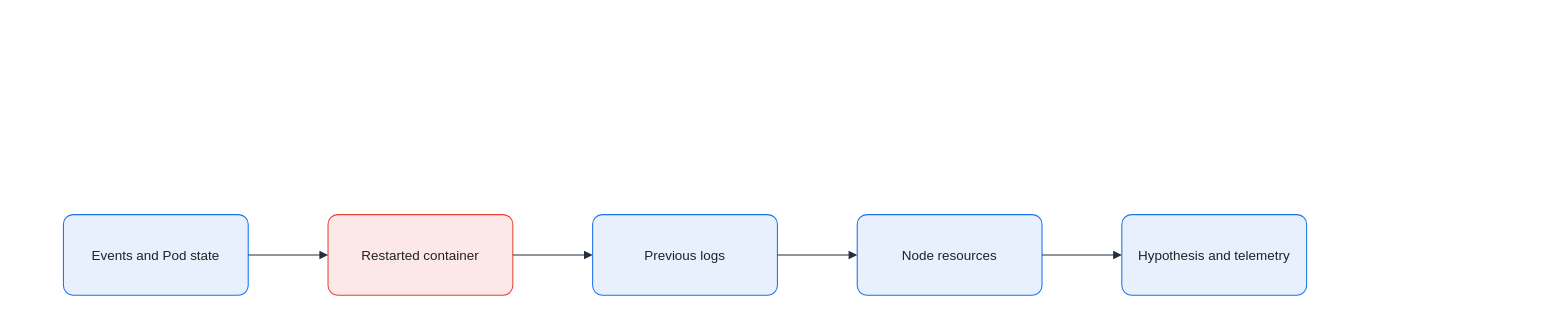
Earlier version of the draw.io diagram assets/img/observability/kubernetes-troubleshooting-flow.drawio (KKamJi98/kkamji98.github.io). Source tidied: cells renumbered, new cells numbered last; positions are measured from the earlier drawing's top-left corner, leaving out a move shared by most shapes. Both pictures are drawn from the tidied source at 84%, with x=0, y=0 at pixel (63, 214).
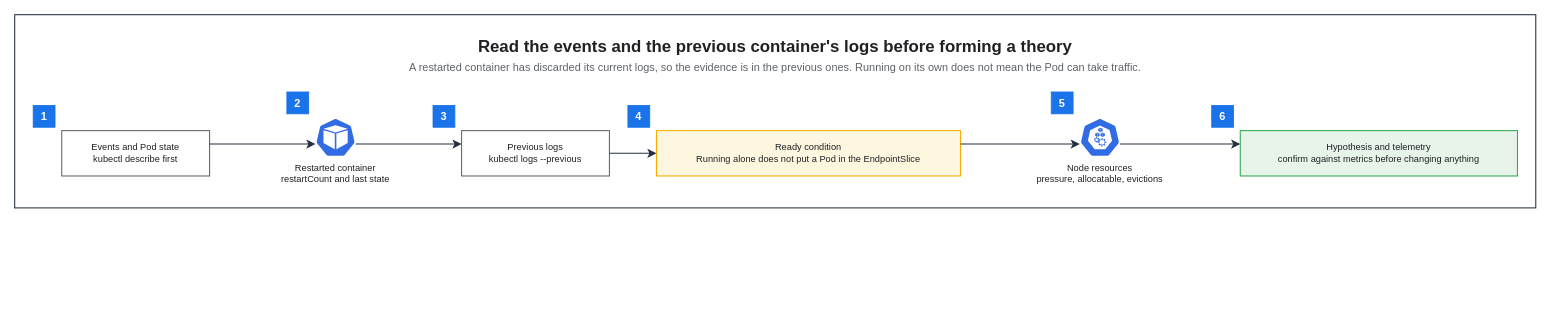
The same page after the edit.

The edit, as a diff of the source:
```diff
@@
-    <mxCell id="2" value="Events and Pod state" style="rounded=1;arcSize=12;whiteSpace=wrap;html=0;fillColor=#E8F0FE;strokeColor=#1A73E8;strokeWidth=1.25;fontColor=#202124;fontSize=16;align=center;verticalAlign=middle;spacing=8;shadow=0;" parent="1" vertex="1">
-      <mxGeometry width="220" height="96" as="geometry" />
-    </mxCell>
-    <mxCell id="3" value="Restarted container" style="rounded=1;arcSize=12;whiteSpace=wrap;html=0;fillColor=#FCE8E6;strokeColor=#EA4335;strokeWidth=1.25;fontColor=#202124;fontSize=16;align=center;verticalAlign=middle;spacing=8;shadow=0;" parent="1" vertex="1">
-      <mxGeometry x="315" width="220" height="96" as="geometry" />
-    </mxCell>
-    <mxCell id="4" value="Previous logs" style="rounded=1;arcSize=12;whiteSpace=wrap;html=0;fillColor=#E8F0FE;strokeColor=#1A73E8;strokeWidth=1.25;fontColor=#202124;fontSize=16;align=center;verticalAlign=middle;spacing=8;shadow=0;" parent="1" vertex="1">
-      <mxGeometry x="630" width="220" height="96" as="geometry" />
-    </mxCell>
-    <mxCell id="5" value="Node resources" style="rounded=1;arcSize=12;whiteSpace=wrap;html=0;fillColor=#E8F0FE;strokeColor=#1A73E8;strokeWidth=1.25;fontColor=#202124;fontSize=16;align=center;verticalAlign=middle;spacing=8;shadow=0;" parent="1" vertex="1">
-      <mxGeometry x="945" width="220" height="96" as="geometry" />
-    </mxCell>
-    <mxCell id="6" value="Hypothesis and telemetry" style="rounded=1;arcSize=12;whiteSpace=wrap;html=0;fillColor=#E8F0FE;strokeColor=#1A73E8;strokeWidth=1.25;fontColor=#202124;fontSize=16;align=center;verticalAlign=middle;spacing=8;shadow=0;" parent="1" vertex="1">
-      <mxGeometry x="1260" width="220" height="96" as="geometry" />
-    </mxCell>
-    <mxCell id="7" style="edgeStyle=orthogonalEdgeStyle;rounded=0;jettySize=auto;html=0;endArrow=block;endFill=1;strokeColor=#232F3E;strokeWidth=1.25;fontColor=#202124;labelBackgroundColor=none;exitX=1;exitY=0.5;exitDx=0;exitDy=0;entryX=0;entryY=0.5;entryDx=0;entryDy=0;endSize=7;" parent="1" edge="1" source="2" target="3">
-      <mxGeometry relative="1" as="geometry" />
-    </mxCell>
-    <mxCell id="8" style="edgeStyle=orthogonalEdgeStyle;rounded=0;jettySize=auto;html=0;endArrow=block;endFill=1;strokeColor=#232F3E;strokeWidth=1.25;fontColor=#202124;labelBackgroundColor=none;exitX=1;exitY=0.5;exitDx=0;exitDy=0;entryX=0;entryY=0.5;entryDx=0;entryDy=0;endSize=7;" parent="1" edge="1" source="3" target="4">
-      <mxGeometry relative="1" as="geometry" />
-    </mxCell>
-    <mxCell id="9" style="edgeStyle=orthogonalEdgeStyle;rounded=0;jettySize=auto;html=0;endArrow=block;endFill=1;strokeColor=#232F3E;strokeWidth=1.25;fontColor=#202124;labelBackgroundColor=none;exitX=1;exitY=0.5;exitDx=0;exitDy=0;entryX=0;entryY=0.5;entryDx=0;entryDy=0;endSize=7;" parent="1" edge="1" source="4" target="5">
-      <mxGeometry relative="1" as="geometry" />
-    </mxCell>
-    <mxCell id="10" style="edgeStyle=orthogonalEdgeStyle;rounded=0;jettySize=auto;html=0;endArrow=block;endFill=1;strokeColor=#232F3E;strokeWidth=1.25;fontColor=#202124;labelBackgroundColor=none;exitX=1;exitY=0.5;exitDx=0;exitDy=0;entryX=0;entryY=0.5;entryDx=0;entryDy=0;endSize=7;" parent="1" edge="1" source="5" target="6">
-      <mxGeometry relative="1" as="geometry" />
-    </mxCell>
+    <mxCell id="11" style="rounded=0;html=0;fillColor=none;strokeColor=#232F3E;fontColor=#202124;strokeWidth=1.25;" parent="1" vertex="1">
+      <mxGeometry x="-58" y="-238" width="1810.8" height="230" as="geometry" />
+    </mxCell>
+    <mxCell id="12" value="Read the events and the previous container's logs before forming a theory" style="text;html=0;whiteSpace=wrap;fillColor=none;strokeColor=none;fontColor=#202124;fontSize=20;fontStyle=1;align=center;verticalAlign=middle;" parent="1" vertex="1">
+      <mxGeometry x="-36" y="-216" width="1766.8" height="30" as="geometry" />
+    </mxCell>
+    <mxCell id="13" value="A restarted container has discarded its current logs, so the evidence is in the previous ones. Running on its own does not mean the Pod can take traffic." style="text;html=0;whiteSpace=wrap;fillColor=none;strokeColor=none;fontColor=#5F6368;fontSize=13;fontStyle=0;align=center;verticalAlign=middle;" parent="1" vertex="1">
+      <mxGeometry x="-36" y="-186" width="1766.8" height="22" as="geometry" />
+    </mxCell>
+    <mxCell id="14" value="Events and Pod state&#10;kubectl describe first" style="rounded=0;whiteSpace=wrap;html=0;fillColor=#FFFFFF;strokeColor=#5F6368;fontColor=#202124;fontSize=11;fontStyle=0;align=center;verticalAlign=middle;spacingLeft=6;spacingRight=6;strokeWidth=1.25;" parent="1" vertex="1">
+      <mxGeometry x="-2" y="-100" width="176" height="54" as="geometry" />
+    </mxCell>
+    <mxCell id="15" value="Restarted container&#10;restartCount and last state" style="sketch=0;outlineConnect=0;gradientColor=none;html=0;whiteSpace=nowrap;fontSize=11;fontStyle=0;fontColor=#202124;verticalLabelPosition=bottom;verticalAlign=top;align=center;labelBackgroundColor=none;fillColor=#326CE5;strokeColor=none;dashed=0;shape=mxgraph.kubernetes.icon;prIcon=pod;" parent="1" vertex="1">
+      <mxGeometry x="300" y="-116" width="48" height="48" as="geometry" />
+    </mxCell>
+    <mxCell id="16" value="Previous logs&#10;kubectl logs --previous" style="rounded=0;whiteSpace=wrap;html=0;fillColor=#FFFFFF;strokeColor=#5F6368;fontColor=#202124;fontSize=11;fontStyle=0;align=center;verticalAlign=middle;spacingLeft=6;spacingRight=6;strokeWidth=1.25;" parent="1" vertex="1">
+      <mxGeometry x="474" y="-100" width="176" height="54" as="geometry" />
+    </mxCell>
+    <mxCell id="17" value="Node resources&#10;pressure, allocatable, evictions" style="sketch=0;outlineConnect=0;gradientColor=none;html=0;whiteSpace=nowrap;fontSize=11;fontStyle=0;fontColor=#202124;verticalLabelPosition=bottom;verticalAlign=top;align=center;labelBackgroundColor=none;fillColor=#326CE5;strokeColor=none;dashed=0;shape=mxgraph.kubernetes.icon;prIcon=node;" parent="1" vertex="1">
+      <mxGeometry x="1210" y="-116" width="48" height="48" as="geometry" />
+    </mxCell>
+    <mxCell id="18" value="Hypothesis and telemetry&#10;confirm against metrics before changing anything" style="rounded=0;whiteSpace=wrap;html=0;fillColor=#E6F4EA;strokeColor=#34A853;fontColor=#202124;fontSize=11;fontStyle=0;align=center;verticalAlign=middle;spacingLeft=6;spacingRight=6;strokeWidth=1.25;" parent="1" vertex="1">
+      <mxGeometry x="1401" y="-100" width="330" height="54" as="geometry" />
+    </mxCell>
+    <mxCell id="19" value="Ready condition&#10;Running alone does not put a Pod in the EndpointSlice" style="rounded=0;whiteSpace=wrap;html=0;fillColor=#FEF7E0;strokeColor=#F9AB00;fontColor=#202124;fontSize=11;fontStyle=0;align=center;verticalAlign=middle;spacingLeft=6;spacingRight=6;strokeWidth=1.25;" parent="1" vertex="1">
+      <mxGeometry x="706" y="-100" width="362" height="54" as="geometry" />
+    </mxCell>
+    <mxCell id="20" value="1" style="rounded=0;whiteSpace=wrap;html=0;fillColor=#1A73E8;strokeColor=#1A73E8;fontColor=#FFFFFF;fontSize=13;fontStyle=1;align=center;verticalAlign=middle;" parent="1" vertex="1">
+      <mxGeometry x="-36" y="-130" width="26" height="26" as="geometry" />
+    </mxCell>
+    <mxCell id="21" value="2" style="rounded=0;whiteSpace=wrap;html=0;fillColor=#1A73E8;strokeColor=#1A73E8;fontColor=#FFFFFF;fontSize=13;fontStyle=1;align=center;verticalAlign=middle;" parent="1" vertex="1">
+      <mxGeometry x="266" y="-146" width="26" height="26" as="geometry" />
+    </mxCell>
+    <mxCell id="22" value="3" style="rounded=0;whiteSpace=wrap;html=0;fillColor=#1A73E8;strokeColor=#1A73E8;fontColor=#FFFFFF;fontSize=13;fontStyle=1;align=center;verticalAlign=middle;" parent="1" vertex="1">
+      <mxGeometry x="440" y="-130" width="26" height="26" as="geometry" />
+    </mxCell>
+    <mxCell id="23" value="5" style="rounded=0;whiteSpace=wrap;html=0;fillColor=#1A73E8;strokeColor=#1A73E8;fontColor=#FFFFFF;fontSize=13;fontStyle=1;align=center;verticalAlign=middle;" parent="1" vertex="1">
+      <mxGeometry x="1176" y="-146" width="26" height="26" as="geometry" />
+    </mxCell>
+    <mxCell id="24" value="6" style="rounded=0;whiteSpace=wrap;html=0;fillColor=#1A73E8;strokeColor=#1A73E8;fontColor=#FFFFFF;fontSize=13;fontStyle=1;align=center;verticalAlign=middle;" parent="1" vertex="1">
+      <mxGeometry x="1367" y="-130" width="26" height="26" as="geometry" />
+    </mxCell>
+    <mxCell id="25" value="4" style="rounded=0;whiteSpace=wrap;html=0;fillColor=#1A73E8;strokeColor=#1A73E8;fontColor=#FFFFFF;fontSize=13;fontStyle=1;align=center;verticalAlign=middle;" parent="1" vertex="1">
+      <mxGeometry x="672" y="-130" width="26" height="26" as="geometry" />
+    </mxCell>
+    <mxCell id="26" style="edgeStyle=orthogonalEdgeStyle;rounded=0;html=0;strokeColor=#232F3E;strokeWidth=1.25;endArrow=classic;endFill=1;endSize=7;fontSize=11;fontColor=#202124;labelBackgroundColor=none;jettySize=14;exitX=1;exitY=0.2963;entryX=0;entryY=0.6667;exitDx=0;exitDy=0;entryDx=0;entryDy=0;" parent="1" edge="1" source="14" target="15">
+      <mxGeometry relative="1" as="geometry" />
+    </mxCell>
+    <mxCell id="27" style="edgeStyle=orthogonalEdgeStyle;rounded=0;html=0;strokeColor=#232F3E;strokeWidth=1.25;endArrow=classic;endFill=1;endSize=7;fontSize=11;fontColor=#202124;labelBackgroundColor=none;jettySize=14;exitX=1;exitY=0.6667;entryX=0;entryY=0.2963;exitDx=0;exitDy=0;entryDx=0;entryDy=0;" parent="1" edge="1" source="15" target="16">
+      <mxGeometry relative="1" as="geometry" />
+    </mxCell>
+    <mxCell id="28" style="edgeStyle=orthogonalEdgeStyle;rounded=0;html=0;strokeColor=#232F3E;strokeWidth=1.25;endArrow=classic;endFill=1;endSize=7;fontSize=11;fontColor=#202124;labelBackgroundColor=none;jettySize=14;exitX=1;exitY=0.5;entryX=0;entryY=0.5;exitDx=0;exitDy=0;entryDx=0;entryDy=0;" parent="1" edge="1" source="16" target="19">
+      <mxGeometry relative="1" as="geometry" />
+    </mxCell>
+    <mxCell id="29" style="edgeStyle=orthogonalEdgeStyle;rounded=0;html=0;strokeColor=#232F3E;strokeWidth=1.25;endArrow=classic;endFill=1;endSize=7;fontSize=11;fontColor=#202124;labelBackgroundColor=none;jettySize=14;exitX=1;exitY=0.2963;entryX=0;entryY=0.6667;exitDx=0;exitDy=0;entryDx=0;entryDy=0;" parent="1" edge="1" source="19" target="17">
+      <mxGeometry relative="1" as="geometry" />
+    </mxCell>
+    <mxCell id="30" style="edgeStyle=orthogonalEdgeStyle;rounded=0;html=0;strokeColor=#232F3E;strokeWidth=1.25;endArrow=classic;endFill=1;endSize=7;fontSize=11;fontColor=#202124;labelBackgroundColor=none;jettySize=14;exitX=1;exitY=0.6667;entryX=0;entryY=0.2963;exitDx=0;exitDy=0;entryDx=0;entryDy=0;" parent="1" edge="1" source="17" target="18">
+      <mxGeometry relative="1" as="geometry" />
+    </mxCell>
```
